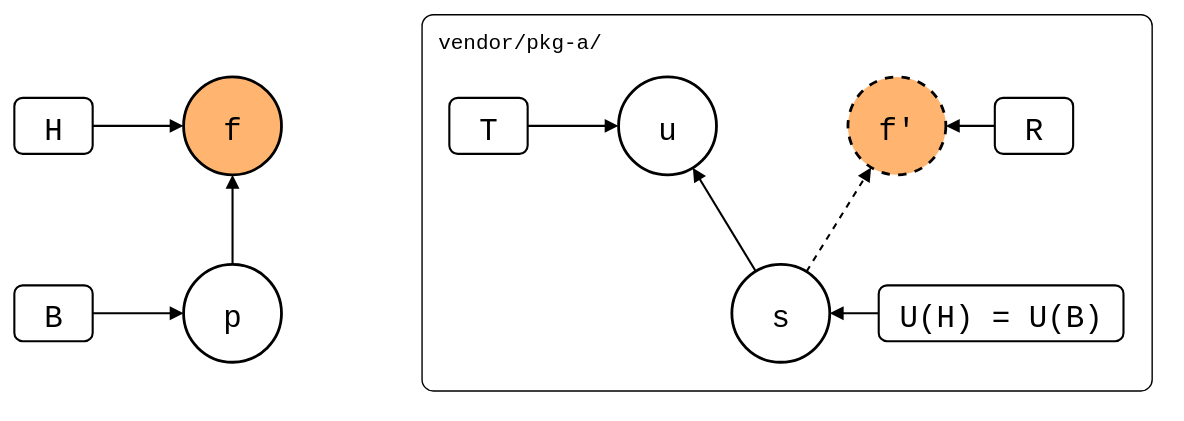
Before: test/walkthrough/diverged.drawio.svg, a diagram exported from draw.io (roschaefer/git-splice). Source tidied: cells renumbered, new cells last; positions are measured from the earlier drawing's top-left corner, leaving out a move shared by most shapes.
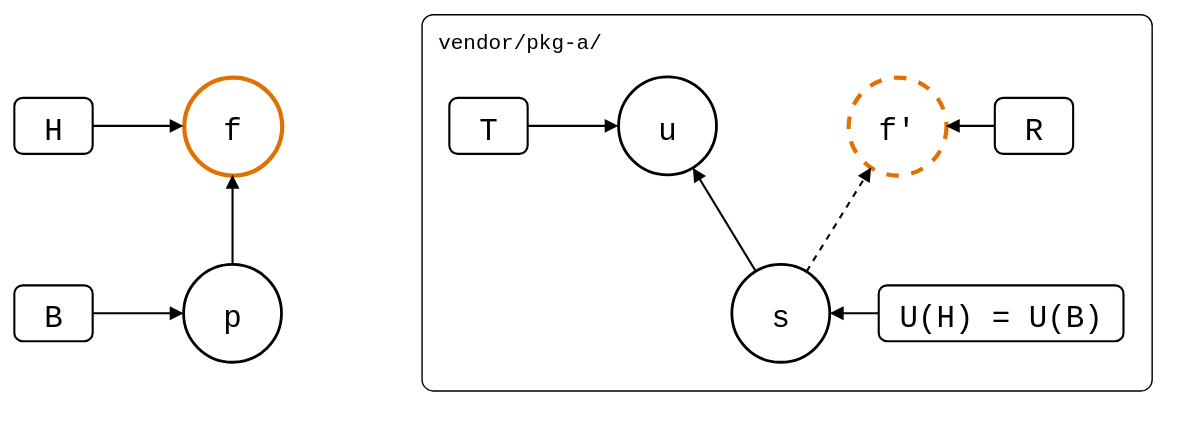
Above is the later version.

The edit, as a diff of the source:
```diff
@@ -8,7 +8,7 @@
     <mxCell id="3" value="p" style="ellipse;strokeWidth=2;fontSize=22;fontFamily=Roboto Mono,monospace;" parent="1" vertex="1">
       <mxGeometry x="121" y="179" width="70" height="70" as="geometry" />
     </mxCell>
-    <mxCell id="4" value="f" style="ellipse;strokeWidth=2;fontSize=22;fontFamily=Roboto Mono,monospace;fillColor=#FFB570;" parent="1" vertex="1">
+    <mxCell id="4" value="f" style="ellipse;fontSize=22;fontFamily=Roboto Mono,monospace;strokeColor=#E07000;strokeWidth=3;" parent="1" vertex="1">
       <mxGeometry x="121" y="45" width="70" height="70" as="geometry" />
     </mxCell>
     <mxCell id="5" value="s" style="ellipse;strokeWidth=2;fontSize=22;fontFamily=Roboto Mono,monospace;" parent="1" vertex="1">
@@ -17,7 +17,7 @@
     <mxCell id="6" value="u" style="ellipse;strokeWidth=2;fontSize=22;fontFamily=Roboto Mono,monospace;" parent="1" vertex="1">
       <mxGeometry x="432" y="45" width="70" height="70" as="geometry" />
     </mxCell>
-    <mxCell id="7" value="f'" style="ellipse;strokeWidth=2;fontSize=22;fontFamily=Roboto Mono,monospace;dashed=1;fillColor=#FFB570;" parent="1" vertex="1">
+    <mxCell id="7" value="f'" style="ellipse;fontSize=22;fontFamily=Roboto Mono,monospace;dashed=1;strokeColor=#E07000;strokeWidth=3;" parent="1" vertex="1">
       <mxGeometry x="596" y="45" width="70" height="70" as="geometry" />
     </mxCell>
     <mxCell id="8" value="H" style="rounded=1;strokeWidth=1.5;fontSize=22;fontFamily=Roboto Mono,monospace;" parent="1" vertex="1">
```
